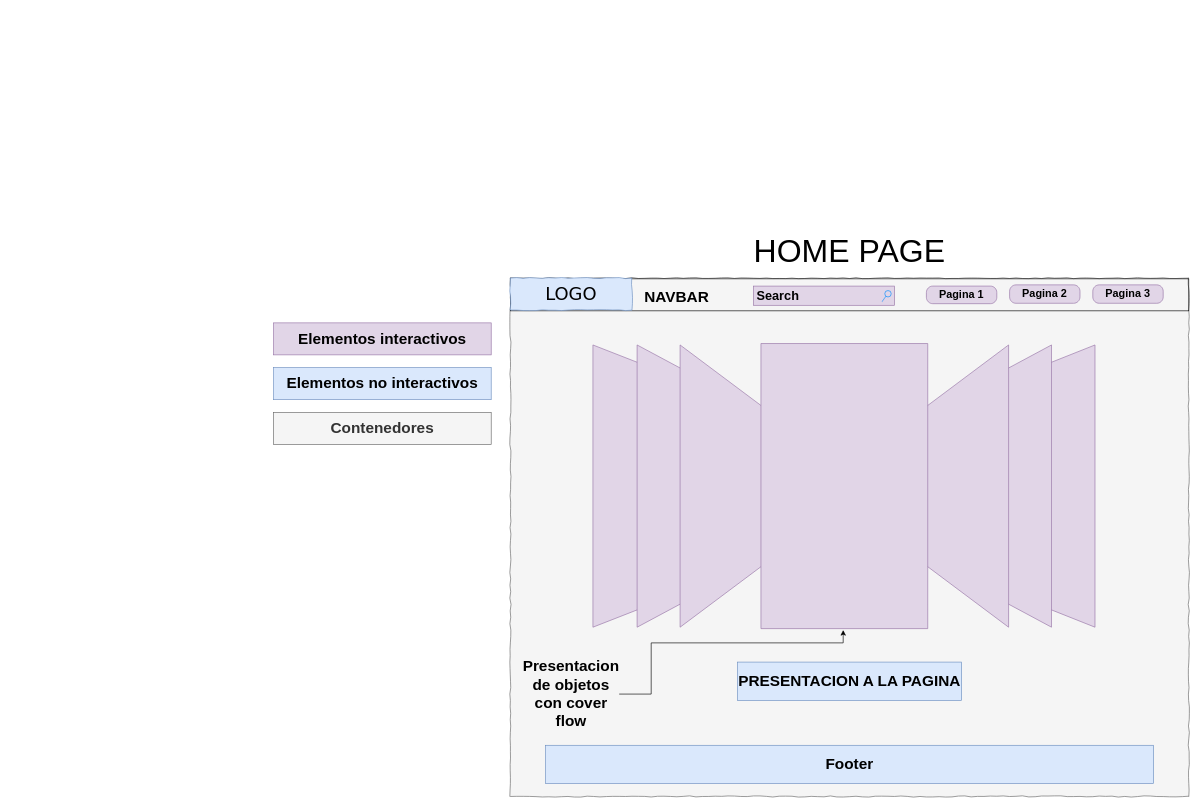
Above: page "HomePage" (2 of 4) of Untitled Diagram.drawio in Cristian-Toma/wireframe-portafolio (draw.io), before the change. Source tidied: cells renumbered, new cells numbered last; positions are measured from the earlier drawing's top-left corner, leaving out a move shared by most shapes. Both pictures are drawn from the tidied source at 64%, with x=0, y=0 at pixel (273, 239).
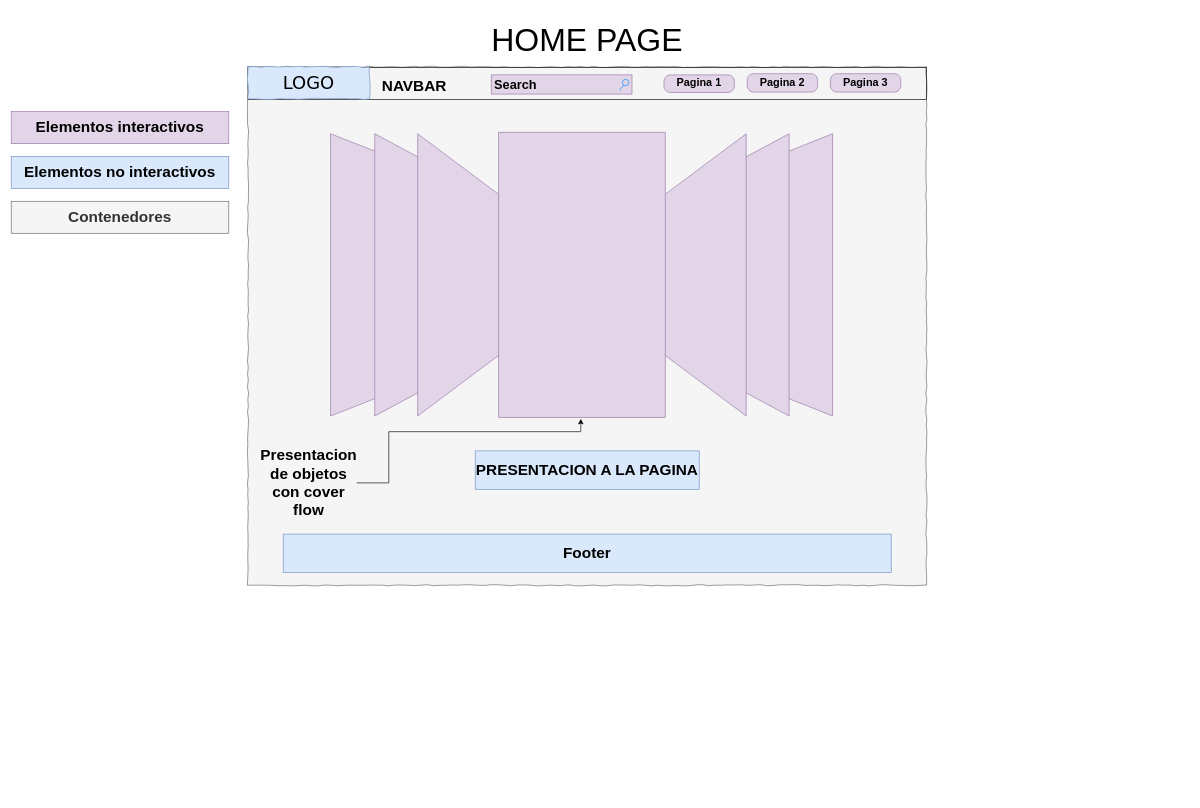
After the change.

What changed in the source:
```diff
@@
+    <mxCell id="20" style="group;" parent="1" vertex="1">
+      <mxGeometry x="-410" y="-330" width="1430" height="870" as="geometry" />
+    </mxCell>
-    <mxCell id="2" style="whiteSpace=wrap;html=1;rounded=0;shadow=0;labelBackgroundColor=none;strokeWidth=1;fontFamily=Verdana;fontSize=12;align=center;comic=1;fillColor=#f5f5f5;strokeColor=#666666;fontColor=#333333;" parent="1" vertex="1">
+    <mxCell id="2" style="whiteSpace=wrap;html=1;rounded=0;shadow=0;labelBackgroundColor=none;strokeWidth=1;fontFamily=Verdana;fontSize=12;align=center;comic=1;fillColor=#f5f5f5;strokeColor=#666666;fontColor=#333333;" parent="20" vertex="1">
       <mxGeometry x="370" y="60" width="1060" height="810" as="geometry" />
     </mxCell>
-    <mxCell id="3" style="verticalLabelPosition=bottom;shadow=0;dashed=0;align=center;html=1;verticalAlign=top;strokeWidth=1;shape=mxgraph.mockup.navigation.coverFlow;fillColor=#e1d5e7;strokeColor=#9673a6;" parent="1" vertex="1">
+    <mxCell id="3" style="verticalLabelPosition=bottom;shadow=0;dashed=0;align=center;html=1;verticalAlign=top;strokeWidth=1;shape=mxgraph.mockup.navigation.coverFlow;fillColor=#e1d5e7;strokeColor=#9673a6;" parent="20" vertex="1">
       <mxGeometry x="495" y="160" width="790" height="450" as="geometry" />
     </mxCell>
-    <mxCell id="4" style="rounded=0;whiteSpace=wrap;html=1;fillColor=#dae8fc;strokeColor=#6c8ebf;" parent="1" vertex="1">
+    <mxCell id="4" style="rounded=0;whiteSpace=wrap;html=1;fillColor=#dae8fc;strokeColor=#6c8ebf;" parent="20" vertex="1">
       <mxGeometry x="425" y="790" width="950" height="60" as="geometry" />
     </mxCell>
-    <mxCell id="5" value="&lt;h1&gt;PRESENTACION A LA PAGINA&lt;/h1&gt;" style="text;html=1;strokeColor=#6c8ebf;fillColor=#dae8fc;align=center;verticalAlign=middle;whiteSpace=wrap;rounded=0;" parent="1" vertex="1">
+    <mxCell id="5" value="&lt;h1&gt;PRESENTACION A LA PAGINA&lt;/h1&gt;" style="text;html=1;strokeColor=#6c8ebf;fillColor=#dae8fc;align=center;verticalAlign=middle;whiteSpace=wrap;rounded=0;" parent="20" vertex="1">
       <mxGeometry x="725" y="660" width="350" height="60" as="geometry" />
     </mxCell>
-    <mxCell id="6" style="edgeStyle=orthogonalEdgeStyle;rounded=0;jettySize=auto;html=1;exitX=1;exitY=0.5;exitDx=0;exitDy=0;" parent="1" edge="1" source="7" target="3">
+    <mxCell id="6" style="edgeStyle=orthogonalEdgeStyle;rounded=0;jettySize=auto;html=1;exitX=1;exitY=0.5;exitDx=0;exitDy=0;" parent="20" edge="1" source="7" target="3">
       <mxGeometry relative="1" as="geometry">
         <Array as="points">
           <mxPoint x="590" y="710" />
           <mxPoint x="590" y="630" />
           <mxPoint x="890" y="630" />
         </Array>
       </mxGeometry>
     </mxCell>
-    <mxCell id="7" value="&lt;h1&gt;Presentacion de objetos con cover flow&lt;/h1&gt;" style="text;html=1;strokeColor=none;fillColor=none;align=center;verticalAlign=middle;whiteSpace=wrap;rounded=0;" parent="1" vertex="1">
+    <mxCell id="7" value="&lt;h1&gt;Presentacion de objetos con cover flow&lt;/h1&gt;" style="text;html=1;strokeColor=none;fillColor=none;align=center;verticalAlign=middle;whiteSpace=wrap;rounded=0;" parent="20" vertex="1">
       <mxGeometry x="390" y="620" width="150" height="180" as="geometry" />
     </mxCell>
-    <mxCell id="8" value="&lt;h1&gt;Footer&lt;/h1&gt;" style="text;html=1;strokeColor=none;fillColor=none;align=center;verticalAlign=middle;whiteSpace=wrap;rounded=0;" parent="1" vertex="1">
+    <mxCell id="8" value="&lt;h1&gt;Footer&lt;/h1&gt;" style="text;html=1;strokeColor=none;fillColor=none;align=center;verticalAlign=middle;whiteSpace=wrap;rounded=0;" parent="20" vertex="1">
       <mxGeometry x="880" y="810" width="40" height="20" as="geometry" />
     </mxCell>
-    <mxCell id="9" value="&lt;h1&gt;Elementos interactivos&lt;/h1&gt;" style="text;html=1;strokeColor=#9673a6;fillColor=#e1d5e7;align=center;verticalAlign=middle;whiteSpace=wrap;rounded=0;" parent="1" vertex="1">
+    <mxCell id="9" value="&lt;h1&gt;Elementos interactivos&lt;/h1&gt;" style="text;html=1;strokeColor=#9673a6;fillColor=#e1d5e7;align=center;verticalAlign=middle;whiteSpace=wrap;rounded=0;" parent="20" vertex="1">
       <mxGeometry y="130" width="340" height="50" as="geometry" />
     </mxCell>
-    <mxCell id="10" value="&lt;h1&gt;Elementos no interactivos&lt;/h1&gt;" style="text;html=1;strokeColor=#6c8ebf;fillColor=#dae8fc;align=center;verticalAlign=middle;whiteSpace=wrap;rounded=0;" parent="1" vertex="1">
+    <mxCell id="10" value="&lt;h1&gt;Elementos no interactivos&lt;/h1&gt;" style="text;html=1;strokeColor=#6c8ebf;fillColor=#dae8fc;align=center;verticalAlign=middle;whiteSpace=wrap;rounded=0;" parent="20" vertex="1">
       <mxGeometry y="200" width="340" height="50" as="geometry" />
     </mxCell>
-    <mxCell id="11" value="&lt;div&gt;&lt;h1&gt;Contenedores&lt;/h1&gt;&lt;/div&gt;" style="text;html=1;align=center;verticalAlign=middle;whiteSpace=wrap;rounded=0;fillColor=#f5f5f5;strokeColor=#666666;fontColor=#333333;" parent="1" vertex="1">
+    <mxCell id="11" value="&lt;div&gt;&lt;h1&gt;Contenedores&lt;/h1&gt;&lt;/div&gt;" style="text;html=1;align=center;verticalAlign=middle;whiteSpace=wrap;rounded=0;fillColor=#f5f5f5;strokeColor=#666666;fontColor=#333333;" parent="20" vertex="1">
       <mxGeometry y="270" width="340" height="50" as="geometry" />
     </mxCell>
-    <mxCell id="12" value="&lt;div&gt;&lt;br&gt;&lt;/div&gt;&lt;div&gt;&lt;font style=&quot;font-size: 50px&quot;&gt;HOME PAGE&lt;/font&gt;&lt;br&gt;&lt;/div&gt;" style="text;html=1;strokeColor=none;fillColor=none;align=center;verticalAlign=middle;whiteSpace=wrap;rounded=0;" parent="1" vertex="1">
+    <mxCell id="12" value="&lt;div&gt;&lt;br&gt;&lt;/div&gt;&lt;div&gt;&lt;font style=&quot;font-size: 50px&quot;&gt;HOME PAGE&lt;/font&gt;&lt;br&gt;&lt;/div&gt;" style="text;html=1;strokeColor=none;fillColor=none;align=center;verticalAlign=middle;whiteSpace=wrap;rounded=0;" parent="20" vertex="1">
       <mxGeometry x="730" width="340" height="20" as="geometry" />
     </mxCell>
-    <mxCell id="13" style="rounded=0;whiteSpace=wrap;html=1;fillColor=none;" parent="1" vertex="1">
+    <mxCell id="13" style="rounded=0;whiteSpace=wrap;html=1;fillColor=none;" parent="20" vertex="1">
       <mxGeometry x="370" y="61.2" width="1060" height="50" as="geometry" />
     </mxCell>
-    <mxCell id="14" value="LOGO" style="whiteSpace=wrap;html=1;rounded=0;shadow=0;labelBackgroundColor=none;strokeWidth=1;fontFamily=Verdana;fontSize=28;align=center;comic=1;fillColor=#dae8fc;strokeColor=#6c8ebf;" parent="1" vertex="1">
+    <mxCell id="14" value="LOGO" style="whiteSpace=wrap;html=1;rounded=0;shadow=0;labelBackgroundColor=none;strokeWidth=1;fontFamily=Verdana;fontSize=28;align=center;comic=1;fillColor=#dae8fc;strokeColor=#6c8ebf;" parent="20" vertex="1">
       <mxGeometry x="370" y="60" width="190" height="50" as="geometry" />
     </mxCell>
-    <mxCell id="15" value="&lt;h1&gt;NAVBAR&lt;/h1&gt;" style="text;html=1;strokeColor=none;fillColor=none;align=center;verticalAlign=middle;whiteSpace=wrap;rounded=0;" parent="1" vertex="1">
+    <mxCell id="15" value="&lt;h1&gt;NAVBAR&lt;/h1&gt;" style="text;html=1;strokeColor=none;fillColor=none;align=center;verticalAlign=middle;whiteSpace=wrap;rounded=0;" parent="20" vertex="1">
       <mxGeometry x="610" y="80" width="40" height="20" as="geometry" />
     </mxCell>
-    <mxCell id="16" value="&lt;div&gt;Pagina 1&lt;br&gt;&lt;/div&gt;" style="strokeWidth=1;shadow=0;dashed=0;align=center;html=1;shape=mxgraph.mockup.buttons.button;strokeColor=#9673a6;mainText=;buttonStyle=round;fontSize=17;fontStyle=1;fillColor=#e1d5e7;whiteSpace=wrap;" parent="1" vertex="1">
+    <mxCell id="16" value="&lt;div&gt;Pagina 1&lt;br&gt;&lt;/div&gt;" style="strokeWidth=1;shadow=0;dashed=0;align=center;html=1;shape=mxgraph.mockup.buttons.button;strokeColor=#9673a6;mainText=;buttonStyle=round;fontSize=17;fontStyle=1;fillColor=#e1d5e7;whiteSpace=wrap;" parent="20" vertex="1">
       <mxGeometry x="1020" y="72.5" width="110" height="27.5" as="geometry" />
     </mxCell>
-    <mxCell id="17" value="Pagina 2" style="strokeWidth=1;shadow=0;dashed=0;align=center;html=1;shape=mxgraph.mockup.buttons.button;strokeColor=#9673a6;mainText=;buttonStyle=round;fontSize=17;fontStyle=1;fillColor=#e1d5e7;whiteSpace=wrap;" parent="1" vertex="1">
+    <mxCell id="17" value="Pagina 2" style="strokeWidth=1;shadow=0;dashed=0;align=center;html=1;shape=mxgraph.mockup.buttons.button;strokeColor=#9673a6;mainText=;buttonStyle=round;fontSize=17;fontStyle=1;fillColor=#e1d5e7;whiteSpace=wrap;" parent="20" vertex="1">
       <mxGeometry x="1150" y="70.6" width="110" height="28.8" as="geometry" />
     </mxCell>
-    <mxCell id="18" value="Pagina 3" style="strokeWidth=1;shadow=0;dashed=0;align=center;html=1;shape=mxgraph.mockup.buttons.button;strokeColor=#9673a6;mainText=;buttonStyle=round;fontSize=17;fontStyle=1;fillColor=#e1d5e7;whiteSpace=wrap;" parent="1" vertex="1">
+    <mxCell id="18" value="Pagina 3" style="strokeWidth=1;shadow=0;dashed=0;align=center;html=1;shape=mxgraph.mockup.buttons.button;strokeColor=#9673a6;mainText=;buttonStyle=round;fontSize=17;fontStyle=1;fillColor=#e1d5e7;whiteSpace=wrap;" parent="20" vertex="1">
       <mxGeometry x="1280" y="70.6" width="110" height="28.8" as="geometry" />
     </mxCell>
-    <mxCell id="19" value="&lt;h3&gt;Search&lt;/h3&gt;" style="strokeWidth=1;shadow=0;dashed=0;align=center;html=1;shape=mxgraph.mockup.forms.searchBox;strokeColor=#9673a6;mainText=;strokeColor2=#008cff;fontSize=17;align=left;spacingLeft=3;rounded=0;labelBackgroundColor=none;comic=1;fillColor=#e1d5e7;gradientDirection=north;" parent="1" vertex="1">
+    <mxCell id="19" value="&lt;h3&gt;Search&lt;/h3&gt;" style="strokeWidth=1;shadow=0;dashed=0;align=center;html=1;shape=mxgraph.mockup.forms.searchBox;strokeColor=#9673a6;mainText=;strokeColor2=#008cff;fontSize=17;align=left;spacingLeft=3;rounded=0;labelBackgroundColor=none;comic=1;fillColor=#e1d5e7;gradientDirection=north;" parent="20" vertex="1">
       <mxGeometry x="750" y="72.5" width="220" height="30" as="geometry" />
     </mxCell>
```
